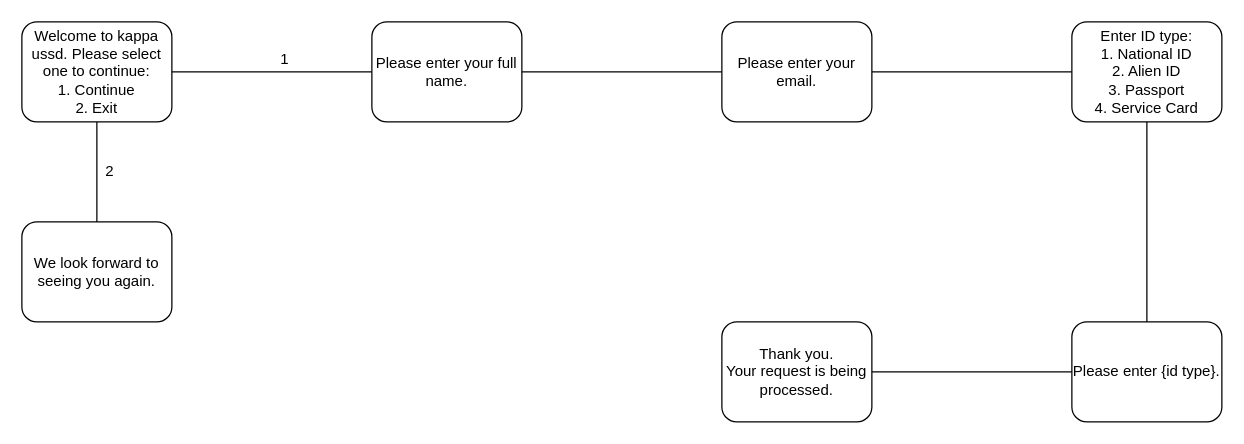
GitauSam/kappa keeps this draw.io diagram as page "Menu Flow" (3 of 3) of USSD ERD.drawio. Above is the earlier version. Source tidied: cells renumbered, new cells numbered last; positions are measured from the earlier drawing's top-left corner, leaving out a move shared by most shapes. Both pictures are drawn from the tidied source at 125%, with x=0, y=0 at pixel (21, 21).
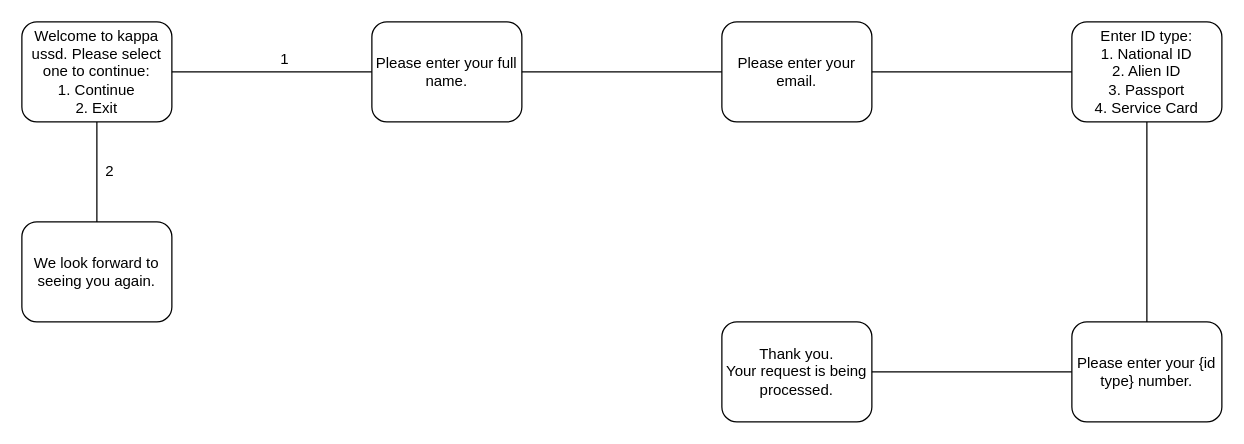
The same diagram, later.

Diff of the diagram source:
```diff
@@
 <mxGraphModel>
   <root>
     <mxCell id="0" />
     <mxCell id="1" parent="0" />
     <mxCell id="2" value="Welcome to kappa ussd. Please select one to continue:&lt;br&gt;1. Continue&lt;br&gt;2. Exit" style="rounded=1;whiteSpace=wrap;html=1;" parent="1" vertex="1">
       <mxGeometry width="120" height="80" as="geometry" />
     </mxCell>
     <mxCell id="3" value="Please enter your full name." style="rounded=1;whiteSpace=wrap;html=1;" parent="1" vertex="1">
       <mxGeometry x="280" width="120" height="80" as="geometry" />
     </mxCell>
     <mxCell id="4" value="Please enter your email." style="rounded=1;whiteSpace=wrap;html=1;" parent="1" vertex="1">
       <mxGeometry x="560" width="120" height="80" as="geometry" />
     </mxCell>
     <mxCell id="5" value="Enter ID type:&lt;br&gt;1. National ID&lt;br&gt;2. Alien ID&lt;br&gt;3. Passport&lt;br&gt;4. Service Card" style="rounded=1;whiteSpace=wrap;html=1;" parent="1" vertex="1">
       <mxGeometry x="840" width="120" height="80" as="geometry" />
     </mxCell>
     <mxCell id="6" value="Thank you.&lt;br&gt;Your request is being processed." style="rounded=1;whiteSpace=wrap;html=1;" parent="1" vertex="1">
       <mxGeometry x="560" y="240" width="120" height="80" as="geometry" />
     </mxCell>
     <mxCell id="7" value="We look forward to seeing you again." style="rounded=1;whiteSpace=wrap;html=1;" parent="1" vertex="1">
       <mxGeometry y="160" width="120" height="80" as="geometry" />
     </mxCell>
-    <mxCell id="8" value="Please enter {id type}." style="rounded=1;whiteSpace=wrap;html=1;" parent="1" vertex="1">
+    <mxCell id="8" value="Please enter your {id type} number." style="rounded=1;whiteSpace=wrap;html=1;" parent="1" vertex="1">
       <mxGeometry x="840" y="240" width="120" height="80" as="geometry" />
     </mxCell>
     <mxCell id="9" style="endArrow=none;html=1;rounded=0;exitX=1;exitY=0.5;exitDx=0;exitDy=0;entryX=0;entryY=0.5;entryDx=0;entryDy=0;" parent="1" edge="1" source="2" target="3">
       <mxGeometry relative="1" as="geometry" />
     </mxCell>
     <mxCell id="10" value="1" style="text;html=1;align=center;verticalAlign=middle;strokeColor=none;fillColor=none;" parent="1" vertex="1">
       <mxGeometry x="200" y="20" width="20" height="20" as="geometry" />
     </mxCell>
     <mxCell id="11" style="endArrow=none;html=1;rounded=0;entryX=0.5;entryY=1;entryDx=0;entryDy=0;exitX=0.5;exitY=0;exitDx=0;exitDy=0;" parent="1" edge="1" source="7" target="2">
       <mxGeometry relative="1" as="geometry" />
     </mxCell>
     <mxCell id="12" value="2" style="text;html=1;align=center;verticalAlign=middle;strokeColor=none;fillColor=none;" parent="1" vertex="1">
       <mxGeometry x="60" y="110" width="20" height="20" as="geometry" />
     </mxCell>
     <mxCell id="13" style="endArrow=none;html=1;rounded=0;exitX=1;exitY=0.5;exitDx=0;exitDy=0;entryX=0;entryY=0.5;entryDx=0;entryDy=0;" parent="1" edge="1" source="3" target="4">
       <mxGeometry relative="1" as="geometry" />
     </mxCell>
     <mxCell id="14" style="endArrow=none;html=1;rounded=0;entryX=0;entryY=0.5;entryDx=0;entryDy=0;exitX=1;exitY=0.5;exitDx=0;exitDy=0;" parent="1" edge="1" source="4" target="5">
       <mxGeometry relative="1" as="geometry" />
     </mxCell>
     <mxCell id="15" style="endArrow=none;html=1;rounded=0;entryX=0.5;entryY=1;entryDx=0;entryDy=0;exitX=0.5;exitY=0;exitDx=0;exitDy=0;" parent="1" edge="1" source="8" target="5">
       <mxGeometry relative="1" as="geometry" />
     </mxCell>
     <mxCell id="16" style="endArrow=none;html=1;rounded=0;entryX=0;entryY=0.5;entryDx=0;entryDy=0;exitX=1;exitY=0.5;exitDx=0;exitDy=0;" parent="1" edge="1" source="6" target="8">
       <mxGeometry relative="1" as="geometry" />
     </mxCell>
   </root>
 </mxGraphModel>
```
